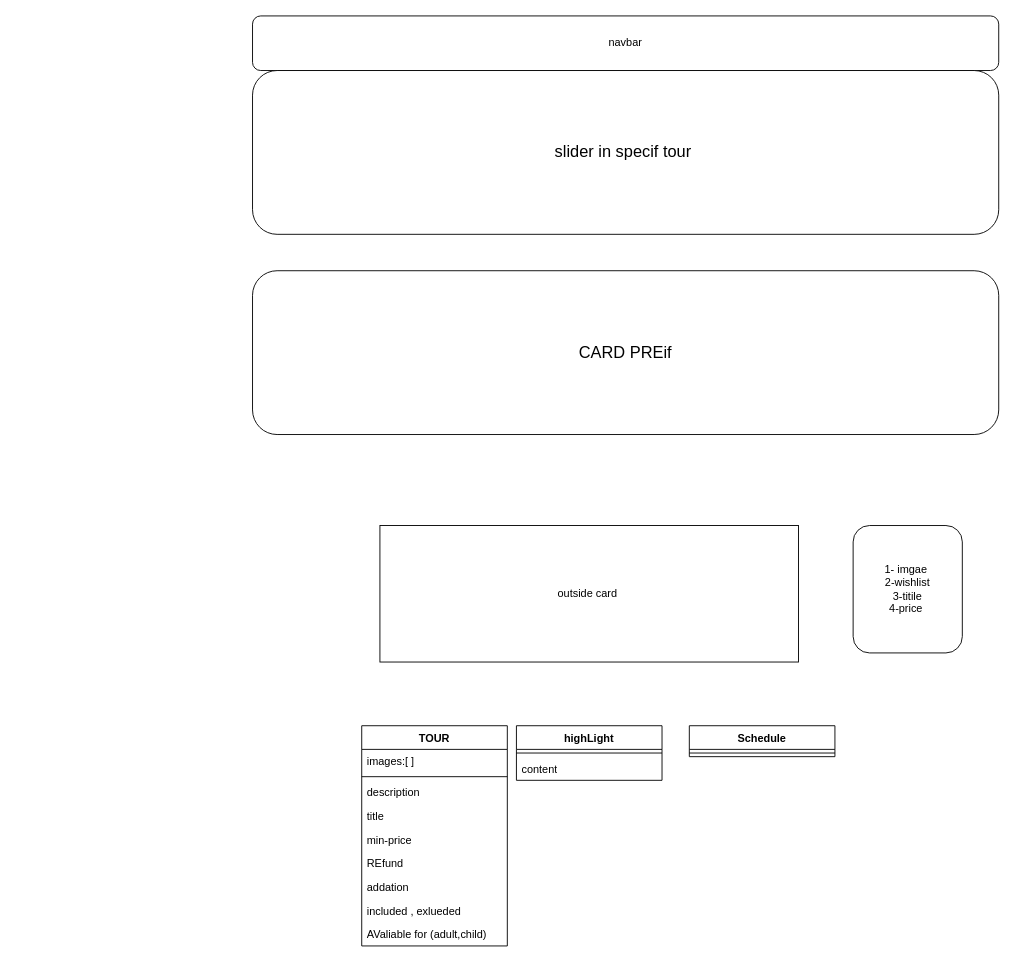
Earlier version of the draw.io diagram digram/Untitled Diagram.drawio (Ftohtarek/tourismRepo). Source tidied: cells renumbered, new cells numbered last; positions are measured from the earlier drawing's top-left corner, leaving out a move shared by most shapes. Both pictures are drawn from the tidied source at 91%, with x=0, y=0 at pixel (252, 15).
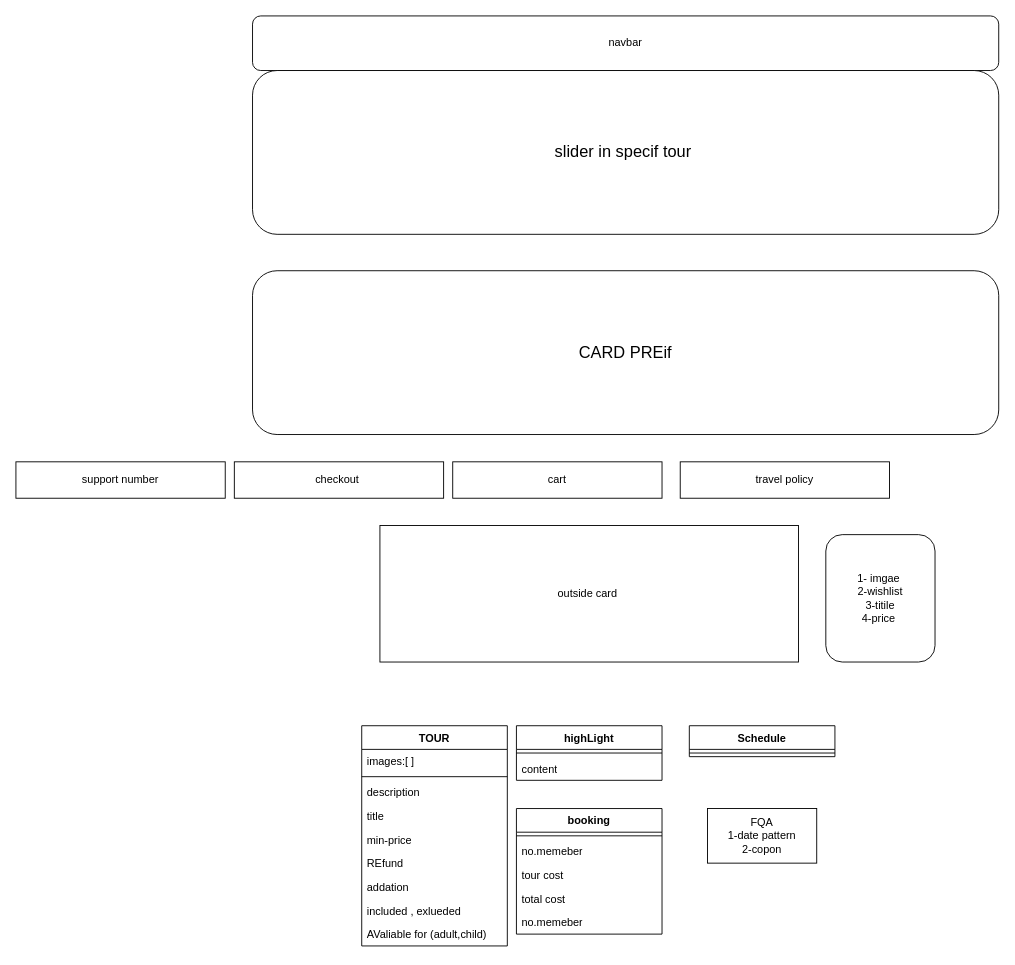
After the change.

The edit, as a diff of the source:
```diff
@@
     <mxCell id="6" value="1- imgae&amp;nbsp;&lt;br&gt;2-wishlist&lt;br&gt;3-titile&lt;br&gt;4-price&amp;nbsp;" style="rounded=1;whiteSpace=wrap;html=1;" parent="1" vertex="1">
-      <mxGeometry x="660" y="560" width="120" height="140" as="geometry" />
+      <mxGeometry x="630" y="570" width="120" height="140" as="geometry" />
     </mxCell>
@@
+    <mxCell id="22" value="FQA&lt;br&gt;1-date pattern&lt;br&gt;2-copon&lt;br&gt;" style="rounded=0;whiteSpace=wrap;html=1;" parent="1" vertex="1">
+      <mxGeometry x="500" y="871" width="120" height="60" as="geometry" />
+    </mxCell>
+    <mxCell id="23" value="booking" style="swimlane;fontStyle=1;align=center;verticalAlign=top;horizontal=1;startSize=26;whiteSpace=wrap;html=1;" parent="1" vertex="1">
+      <mxGeometry x="290" y="871" width="160" height="138" as="geometry" />
+    </mxCell>
+    <mxCell id="24" style="line;strokeWidth=1;fillColor=none;align=left;verticalAlign=middle;spacingTop=-1;spacingLeft=3;spacingRight=3;labelPosition=right;strokeColor=inherit;" parent="23" vertex="1">
+      <mxGeometry y="26" width="160" height="8" as="geometry" />
+    </mxCell>
+    <mxCell id="25" value="no.memeber" style="text;strokeColor=none;fillColor=none;align=left;verticalAlign=top;spacingLeft=4;spacingRight=4;overflow=hidden;whiteSpace=wrap;html=1;" parent="23" vertex="1">
+      <mxGeometry y="34" width="160" height="26" as="geometry" />
+    </mxCell>
+    <mxCell id="26" value="tour cost&amp;nbsp;" style="text;strokeColor=none;fillColor=none;align=left;verticalAlign=top;spacingLeft=4;spacingRight=4;overflow=hidden;whiteSpace=wrap;html=1;" parent="23" vertex="1">
+      <mxGeometry y="60" width="160" height="26" as="geometry" />
+    </mxCell>
+    <mxCell id="27" value="total cost" style="text;strokeColor=none;fillColor=none;align=left;verticalAlign=top;spacingLeft=4;spacingRight=4;overflow=hidden;whiteSpace=wrap;html=1;" parent="23" vertex="1">
+      <mxGeometry y="86" width="160" height="26" as="geometry" />
+    </mxCell>
+    <mxCell id="28" value="no.memeber" style="text;strokeColor=none;fillColor=none;align=left;verticalAlign=top;spacingLeft=4;spacingRight=4;overflow=hidden;whiteSpace=wrap;html=1;" parent="23" vertex="1">
+      <mxGeometry y="112" width="160" height="26" as="geometry" />
+    </mxCell>
+    <mxCell id="29" value="checkout&amp;nbsp;" style="rounded=0;whiteSpace=wrap;html=1;" parent="1" vertex="1">
+      <mxGeometry x="-20" y="490" width="230" height="40" as="geometry" />
+    </mxCell>
+    <mxCell id="30" value="cart" style="rounded=0;whiteSpace=wrap;html=1;" parent="1" vertex="1">
+      <mxGeometry x="220" y="490" width="230" height="40" as="geometry" />
+    </mxCell>
+    <mxCell id="31" value="travel policy" style="rounded=0;whiteSpace=wrap;html=1;" parent="1" vertex="1">
+      <mxGeometry x="470" y="490" width="230" height="40" as="geometry" />
+    </mxCell>
+    <mxCell id="32" value="support number" style="rounded=0;whiteSpace=wrap;html=1;" parent="1" vertex="1">
+      <mxGeometry x="-260" y="490" width="230" height="40" as="geometry" />
+    </mxCell>
```
